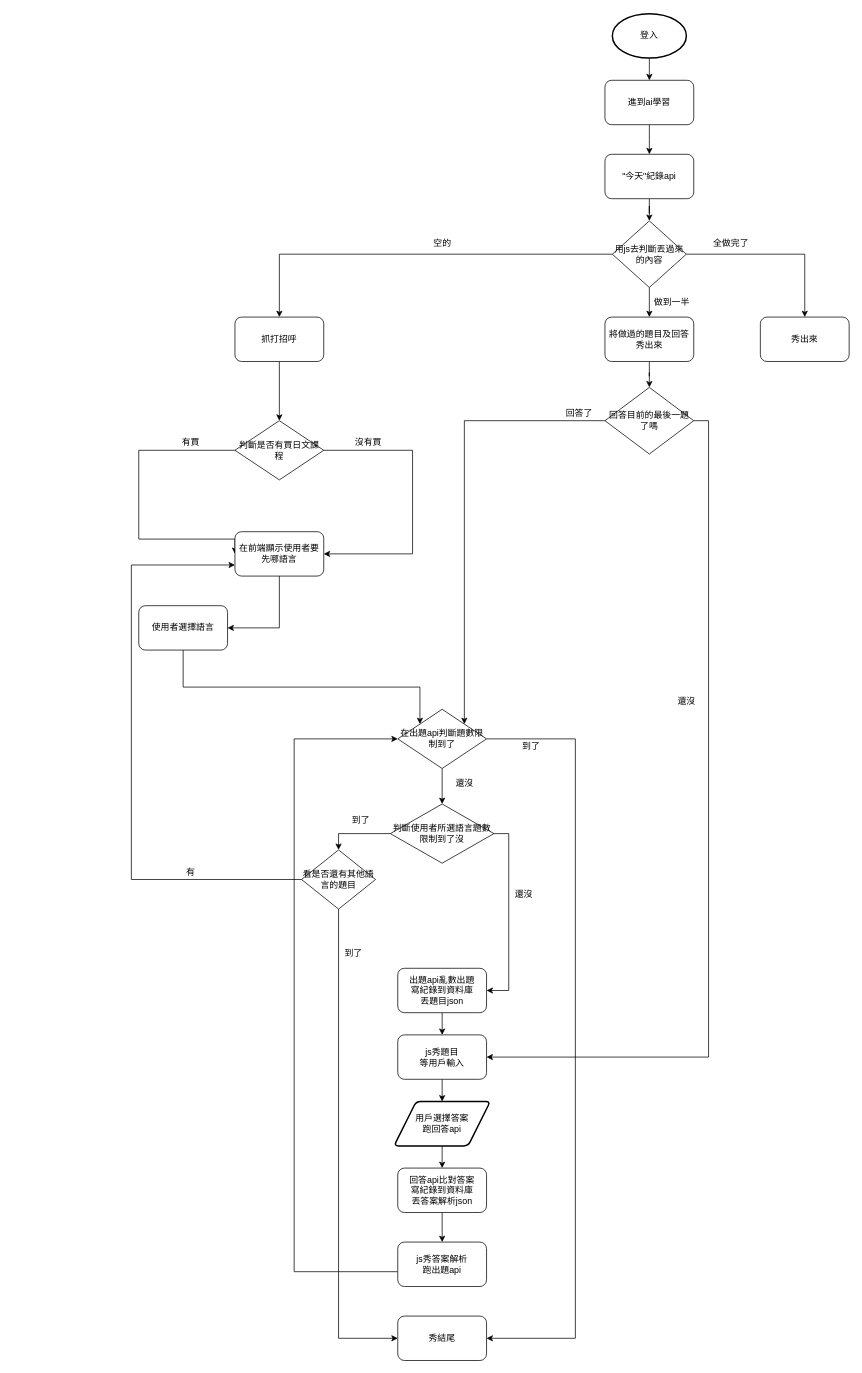
Before: 未命名圖表.drawio in kartg0203/work_flow, a draw.io diagram. Source tidied: cells renumbered, new cells numbered last; positions are measured from the earlier drawing's top-left corner, leaving out a move shared by most shapes. Both pictures are drawn from the tidied source at 74%, with x=0, y=0 at pixel (131, 13).
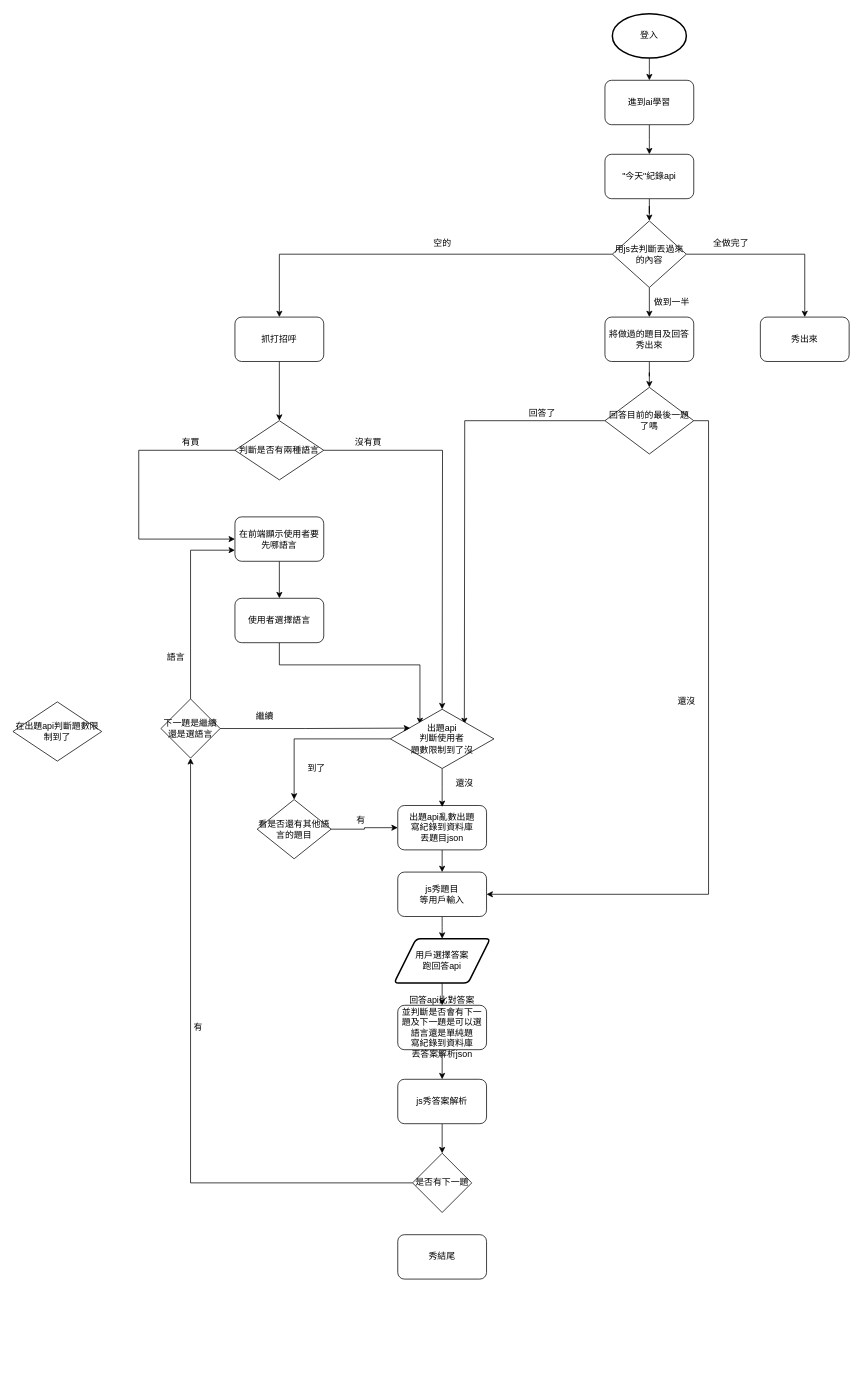
The same diagram, later.

Commit message:
出題規則完善.drawio

The change refers to these unchanged cells:
```xml
<mxCell id="34" value="回答目前的最後一題了嗎" style="rhombus;whiteSpace=wrap;html=1;" parent="1" vertex="1">
  <mxGeometry x="640" y="505" width="120" height="90" as="geometry" />
</mxCell>
```

The edit, as a diff of the source:
```diff
@@
     <mxCell id="5" style="edgeStyle=elbowEdgeStyle;rounded=0;jettySize=auto;elbow=vertical;html=1;" parent="1" edge="1" source="6">
       <mxGeometry relative="1" as="geometry">
-        <mxPoint x="420" y="1470" as="targetPoint" />
+        <mxPoint x="420" y="1250" as="targetPoint" />
       </mxGeometry>
     </mxCell>
     <mxCell id="6" value="js秀題目&lt;br&gt;等用戶輸入" style="rounded=1;whiteSpace=wrap;html=1;" parent="1" vertex="1">
-      <mxGeometry x="360" y="1380" width="120" height="60" as="geometry" />
+      <mxGeometry x="360" y="1160" width="120" height="60" as="geometry" />
     </mxCell>
@@
     <mxCell id="9" value="用戶選擇答案&lt;br&gt;跑回答api" style="shape=parallelogram;html=1;strokeWidth=2;perimeter=parallelogramPerimeter;whiteSpace=wrap;rounded=1;arcSize=12;size=0.23;" parent="1" vertex="1">
-      <mxGeometry x="355" y="1470" width="130" height="60" as="geometry" />
+      <mxGeometry x="355" y="1250" width="130" height="60" as="geometry" />
     </mxCell>
@@
     <mxCell id="11" value="出題api亂數出題&lt;br&gt;寫紀錄到資料庫&lt;br&gt;丟題目json" style="rounded=1;whiteSpace=wrap;html=1;" parent="1" vertex="1">
-      <mxGeometry x="360" y="1290" width="120" height="60" as="geometry" />
+      <mxGeometry x="360" y="1070" width="120" height="60" as="geometry" />
     </mxCell>
@@
-    <mxCell id="13" value="回答api比對答案&lt;br&gt;寫紀錄到資料庫&lt;br&gt;丟答案解析json" style="rounded=1;whiteSpace=wrap;html=1;" parent="1" vertex="1">
-      <mxGeometry x="360" y="1560" width="120" height="60" as="geometry" />
+    <mxCell id="13" value="回答api比對答案&lt;br&gt;並判斷是否會有下一題及下一題是可以選語言還是單純題&lt;br&gt;寫紀錄到資料庫&lt;br&gt;丟答案解析json" style="rounded=1;whiteSpace=wrap;html=1;" parent="1" vertex="1">
+      <mxGeometry x="360" y="1340" width="120" height="60" as="geometry" />
     </mxCell>
-    <mxCell id="14" style="edgeStyle=orthogonalEdgeStyle;rounded=0;jettySize=auto;html=1;entryX=1;entryY=0.5;entryDx=0;entryDy=0;entryPerimeter=0;" parent="1" edge="1" source="16" target="20">
-      <mxGeometry relative="1" as="geometry">
-        <Array as="points">
-          <mxPoint x="600" y="980" />
-          <mxPoint x="600" y="1790" />
-        </Array>
-      </mxGeometry>
-    </mxCell>
-    <mxCell id="15" style="edgeStyle=orthogonalEdgeStyle;rounded=0;jettySize=auto;html=1;entryX=0.5;entryY=0;entryDx=0;entryDy=0;" parent="1" edge="1" source="16" target="52">
-      <mxGeometry relative="1" as="geometry" />
-    </mxCell>
-    <mxCell id="16" value="在出題api判斷題數限制到了" style="rhombus;whiteSpace=wrap;html=1;" parent="1" vertex="1">
-      <mxGeometry x="360" y="940" width="120" height="80" as="geometry" />
-    </mxCell>
-    <mxCell id="17" value="還沒" style="text;html=1;align=center;verticalAlign=middle;strokeColor=none;" parent="1" vertex="1">
-      <mxGeometry x="430" y="1030" width="40" height="20" as="geometry" />
-    </mxCell>
-    <mxCell id="18" style="edgeStyle=orthogonalEdgeStyle;rounded=0;jettySize=auto;html=1;entryX=0;entryY=0.5;entryDx=0;entryDy=0;" parent="1" edge="1" source="19" target="16">
-      <mxGeometry relative="1" as="geometry">
-        <Array as="points">
-          <mxPoint x="220" y="1700" />
-          <mxPoint x="220" y="980" />
-        </Array>
-      </mxGeometry>
-    </mxCell>
+    <mxCell id="60" style="edgeStyle=orthogonalEdgeStyle;rounded=0;jettySize=auto;html=1;entryX=0.5;entryY=0;entryDx=0;entryDy=0;" parent="1" edge="1" source="19" target="66">
+      <mxGeometry relative="1" as="geometry" />
+    </mxCell>
-    <mxCell id="19" value="js秀答案解析&lt;br&gt;跑出題api" style="rounded=1;whiteSpace=wrap;html=1;" parent="1" vertex="1">
-      <mxGeometry x="360" y="1660" width="120" height="60" as="geometry" />
+    <mxCell id="19" value="js秀答案解析" style="rounded=1;whiteSpace=wrap;html=1;" parent="1" vertex="1">
+      <mxGeometry x="360" y="1440" width="120" height="60" as="geometry" />
     </mxCell>
     <mxCell id="20" value="秀結尾" style="rounded=1;whiteSpace=wrap;html=1;" parent="1" vertex="1">
-      <mxGeometry x="360" y="1760" width="120" height="60" as="geometry" />
+      <mxGeometry x="360" y="1650" width="120" height="60" as="geometry" />
     </mxCell>
-    <mxCell id="21" value="到了" style="text;html=1;align=center;verticalAlign=middle;strokeColor=none;" parent="1" vertex="1">
-      <mxGeometry x="520" y="980" width="40" height="20" as="geometry" />
-    </mxCell>
@@
-    <mxCell id="33" style="edgeStyle=orthogonalEdgeStyle;rounded=0;jettySize=auto;html=1;entryX=1;entryY=0;entryDx=0;entryDy=0;" parent="1" edge="1" source="34" target="16">
-      <mxGeometry relative="1" as="geometry" />
+    <mxCell id="33" style="edgeStyle=orthogonalEdgeStyle;rounded=0;jettySize=auto;html=1;entryX=1;entryY=0;entryDx=0;entryDy=0;" parent="1" edge="1" source="34">
+      <mxGeometry relative="1" as="geometry">
+        <mxPoint x="450" y="960" as="targetPoint" />
+      </mxGeometry>
     </mxCell>
@@
     <mxCell id="35" value="回答了" style="text;html=1;align=center;verticalAlign=middle;strokeColor=none;" parent="1" vertex="1">
-      <mxGeometry x="580" y="530" width="50" height="20" as="geometry" />
+      <mxGeometry x="530" y="530" width="50" height="20" as="geometry" />
     </mxCell>
@@
-    <mxCell id="42" style="edgeStyle=orthogonalEdgeStyle;rounded=0;jettySize=auto;html=1;entryX=1;entryY=0.5;entryDx=0;entryDy=0;" parent="1" edge="1" source="43" target="46">
-      <mxGeometry relative="1" as="geometry">
-        <Array as="points">
-          <mxPoint x="380" y="590" />
-          <mxPoint x="380" y="730" />
-        </Array>
-      </mxGeometry>
-    </mxCell>
+    <mxCell id="61" style="edgeStyle=orthogonalEdgeStyle;rounded=0;jettySize=auto;html=1;entryX=0.5;entryY=0;entryDx=0;entryDy=0;" parent="1" edge="1" source="43">
+      <mxGeometry relative="1" as="geometry">
+        <mxPoint x="420" y="940" as="targetPoint" />
+      </mxGeometry>
+    </mxCell>
-    <mxCell id="43" value="判斷是否有買日文課程" style="rhombus;whiteSpace=wrap;html=1;" parent="1" vertex="1">
+    <mxCell id="43" value="判斷是否有兩種語言" style="rhombus;whiteSpace=wrap;html=1;" parent="1" vertex="1">
       <mxGeometry x="140" y="550" width="120" height="80" as="geometry" />
     </mxCell>
@@
-    <mxCell id="45" style="edgeStyle=orthogonalEdgeStyle;rounded=0;jettySize=auto;html=1;" parent="1" edge="1" source="46" target="49">
-      <mxGeometry relative="1" as="geometry">
-        <Array as="points">
-          <mxPoint x="200" y="830" />
-        </Array>
-      </mxGeometry>
+    <mxCell id="45" style="edgeStyle=orthogonalEdgeStyle;rounded=0;jettySize=auto;html=1;entryX=0.5;entryY=0;entryDx=0;entryDy=0;" parent="1" edge="1" source="46" target="49">
+      <mxGeometry relative="1" as="geometry" />
     </mxCell>
     <mxCell id="46" value="在前端顯示使用者要先哪語言" style="rounded=1;whiteSpace=wrap;html=1;" parent="1" vertex="1">
-      <mxGeometry x="140" y="700" width="120" height="60" as="geometry" />
+      <mxGeometry x="140" y="680" width="120" height="60" as="geometry" />
     </mxCell>
@@
-    <mxCell id="48" style="edgeStyle=orthogonalEdgeStyle;rounded=0;jettySize=auto;html=1;entryX=0;entryY=0;entryDx=0;entryDy=0;" parent="1" edge="1" source="49" target="16">
-      <mxGeometry relative="1" as="geometry">
-        <Array as="points">
-          <mxPoint x="70" y="910" />
-          <mxPoint x="390" y="910" />
-        </Array>
-      </mxGeometry>
-    </mxCell>
+    <mxCell id="62" style="edgeStyle=orthogonalEdgeStyle;rounded=0;jettySize=auto;html=1;entryX=0;entryY=0;entryDx=0;entryDy=0;" parent="1" edge="1" source="49">
+      <mxGeometry relative="1" as="geometry">
+        <mxPoint x="390" y="960" as="targetPoint" />
+        <Array as="points">
+          <mxPoint x="200" y="880" />
+          <mxPoint x="390" y="880" />
+        </Array>
+      </mxGeometry>
+    </mxCell>
     <mxCell id="49" value="使用者選擇語言" style="rounded=1;whiteSpace=wrap;html=1;" parent="1" vertex="1">
-      <mxGeometry x="10" y="800" width="120" height="60" as="geometry" />
+      <mxGeometry x="140" y="790" width="120" height="60" as="geometry" />
     </mxCell>
-    <mxCell id="50" style="edgeStyle=orthogonalEdgeStyle;rounded=0;jettySize=auto;html=1;entryX=1;entryY=0.5;entryDx=0;entryDy=0;" parent="1" edge="1" source="52" target="11">
-      <mxGeometry relative="1" as="geometry">
-        <Array as="points">
-          <mxPoint x="510" y="1108" />
-          <mxPoint x="510" y="1320" />
-        </Array>
-      </mxGeometry>
-    </mxCell>
@@
+    <mxCell id="63" style="edgeStyle=orthogonalEdgeStyle;rounded=0;jettySize=auto;html=1;entryX=0.5;entryY=0;entryDx=0;entryDy=0;" parent="1" edge="1" source="52">
+      <mxGeometry relative="1" as="geometry">
+        <mxPoint x="420" y="1072" as="targetPoint" />
+      </mxGeometry>
+    </mxCell>
-    <mxCell id="52" value="判斷使用者所選語言題數限制到了沒" style="rhombus;whiteSpace=wrap;html=1;" parent="1" vertex="1">
-      <mxGeometry x="350" y="1068" width="140" height="80" as="geometry" />
+    <mxCell id="52" value="出題api&lt;br&gt;判斷使用者&lt;br&gt;題數限制到了沒" style="rhombus;whiteSpace=wrap;html=1;" parent="1" vertex="1">
+      <mxGeometry x="350" y="940" width="140" height="80" as="geometry" />
     </mxCell>
     <mxCell id="53" value="還沒" style="text;html=1;align=center;verticalAlign=middle;strokeColor=none;fillColor=none;" parent="1" vertex="1">
-      <mxGeometry x="510" y="1180" width="40" height="20" as="geometry" />
+      <mxGeometry x="430" y="1030" width="40" height="20" as="geometry" />
     </mxCell>
-    <mxCell id="54" style="edgeStyle=orthogonalEdgeStyle;rounded=0;jettySize=auto;html=1;entryX=0;entryY=0.75;entryDx=0;entryDy=0;" parent="1" edge="1" source="56" target="46">
-      <mxGeometry relative="1" as="geometry">
-        <Array as="points">
-          <mxPoint y="1170" />
-          <mxPoint y="745" />
-        </Array>
-      </mxGeometry>
-    </mxCell>
-    <mxCell id="55" style="edgeStyle=orthogonalEdgeStyle;rounded=0;jettySize=auto;html=1;entryX=0;entryY=0.5;entryDx=0;entryDy=0;" parent="1" edge="1" source="56" target="20">
-      <mxGeometry relative="1" as="geometry">
-        <Array as="points">
-          <mxPoint x="280" y="1790" />
-        </Array>
-      </mxGeometry>
-    </mxCell>
+    <mxCell id="64" style="edgeStyle=orthogonalEdgeStyle;rounded=0;jettySize=auto;html=1;entryX=0;entryY=0.5;entryDx=0;entryDy=0;" parent="1" edge="1" source="56" target="11">
+      <mxGeometry relative="1" as="geometry" />
+    </mxCell>
     <mxCell id="56" value="看是否還有其他語言的題目" style="rhombus;whiteSpace=wrap;html=1;" parent="1" vertex="1">
-      <mxGeometry x="230" y="1130" width="100" height="80" as="geometry" />
+      <mxGeometry x="170" y="1062" width="100" height="80" as="geometry" />
     </mxCell>
-    <mxCell id="57" value="有" style="text;html=1;align=center;verticalAlign=middle;strokeColor=none;fillColor=none;" parent="1" vertex="1">
-      <mxGeometry x="65" y="1150" width="30" height="20" as="geometry" />
-    </mxCell>
     <mxCell id="58" value="到了" style="text;html=1;align=center;verticalAlign=middle;strokeColor=none;fillColor=none;" parent="1" vertex="1">
-      <mxGeometry x="290" y="1080" width="40" height="20" as="geometry" />
+      <mxGeometry x="230" y="1010" width="40" height="20" as="geometry" />
     </mxCell>
-    <mxCell id="59" value="到了" style="text;html=1;align=center;verticalAlign=middle;strokeColor=none;fillColor=none;" parent="1" vertex="1">
-      <mxGeometry x="280" y="1260" width="40" height="20" as="geometry" />
-    </mxCell>
+    <mxCell id="16" value="在出題api判斷題數限制到了" style="rhombus;whiteSpace=wrap;html=1;" parent="1" vertex="1">
+      <mxGeometry x="-160" y="930" width="120" height="80" as="geometry" />
+    </mxCell>
+    <mxCell id="65" style="edgeStyle=orthogonalEdgeStyle;rounded=0;jettySize=auto;html=1;" parent="1" edge="1" source="66" target="69">
+      <mxGeometry relative="1" as="geometry" />
+    </mxCell>
+    <mxCell id="66" value="是否有下一題" style="rhombus;whiteSpace=wrap;html=1;" parent="1" vertex="1">
+      <mxGeometry x="380" y="1540" width="80" height="80" as="geometry" />
+    </mxCell>
+    <mxCell id="67" style="edgeStyle=orthogonalEdgeStyle;rounded=0;jettySize=auto;html=1;entryX=0;entryY=0.75;entryDx=0;entryDy=0;" parent="1" edge="1" source="69" target="46">
+      <mxGeometry relative="1" as="geometry">
+        <Array as="points">
+          <mxPoint x="80" y="725" />
+        </Array>
+      </mxGeometry>
+    </mxCell>
+    <mxCell id="68" style="edgeStyle=orthogonalEdgeStyle;rounded=0;jettySize=auto;html=1;entryX=0.191;entryY=0.318;entryDx=0;entryDy=0;entryPerimeter=0;" parent="1" edge="1" source="69" target="52">
+      <mxGeometry relative="1" as="geometry" />
+    </mxCell>
+    <mxCell id="69" value="下一題是繼續還是選語言" style="rhombus;whiteSpace=wrap;html=1;" parent="1" vertex="1">
+      <mxGeometry x="40" y="926" width="80" height="80" as="geometry" />
+    </mxCell>
+    <mxCell id="70" value="有" style="text;html=1;align=center;verticalAlign=middle;strokeColor=none;fillColor=none;" parent="1" vertex="1">
+      <mxGeometry x="75" y="1360" width="30" height="20" as="geometry" />
+    </mxCell>
+    <mxCell id="71" value="繼續" style="text;html=1;align=center;verticalAlign=middle;strokeColor=none;fillColor=none;" parent="1" vertex="1">
+      <mxGeometry x="160" y="940" width="40" height="20" as="geometry" />
+    </mxCell>
+    <mxCell id="72" value="語言" style="text;html=1;align=center;verticalAlign=middle;strokeColor=none;fillColor=none;" parent="1" vertex="1">
+      <mxGeometry x="40" y="860" width="40" height="20" as="geometry" />
+    </mxCell>
+    <mxCell id="73" value="有" style="text;html=1;align=center;verticalAlign=middle;strokeColor=none;fillColor=none;" parent="1" vertex="1">
+      <mxGeometry x="295" y="1080" width="30" height="20" as="geometry" />
+    </mxCell>
```
